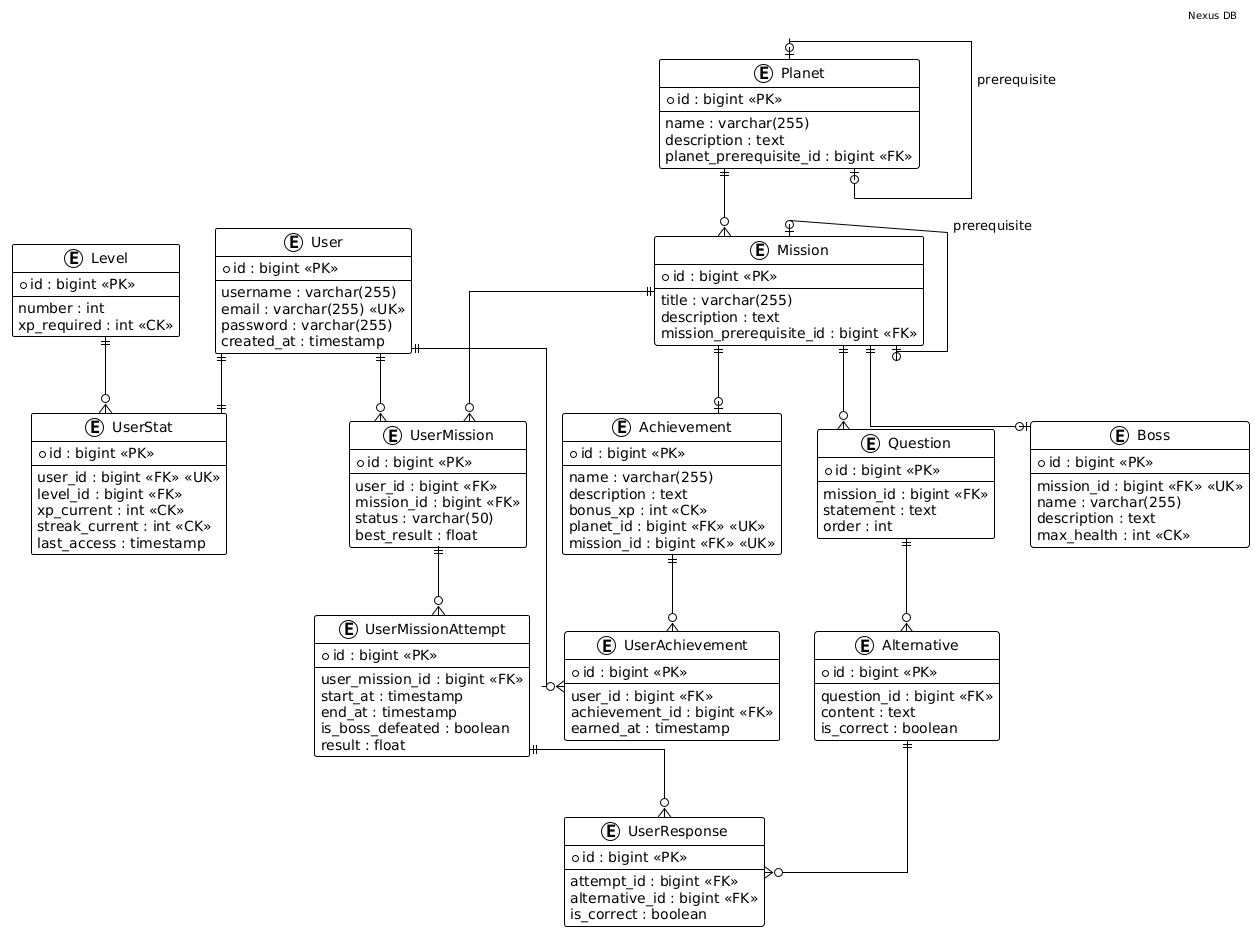
Before: resources/assets/dbER.png, a diagram exported from PlantUML (dhiogonasc/Nexus-RPG).
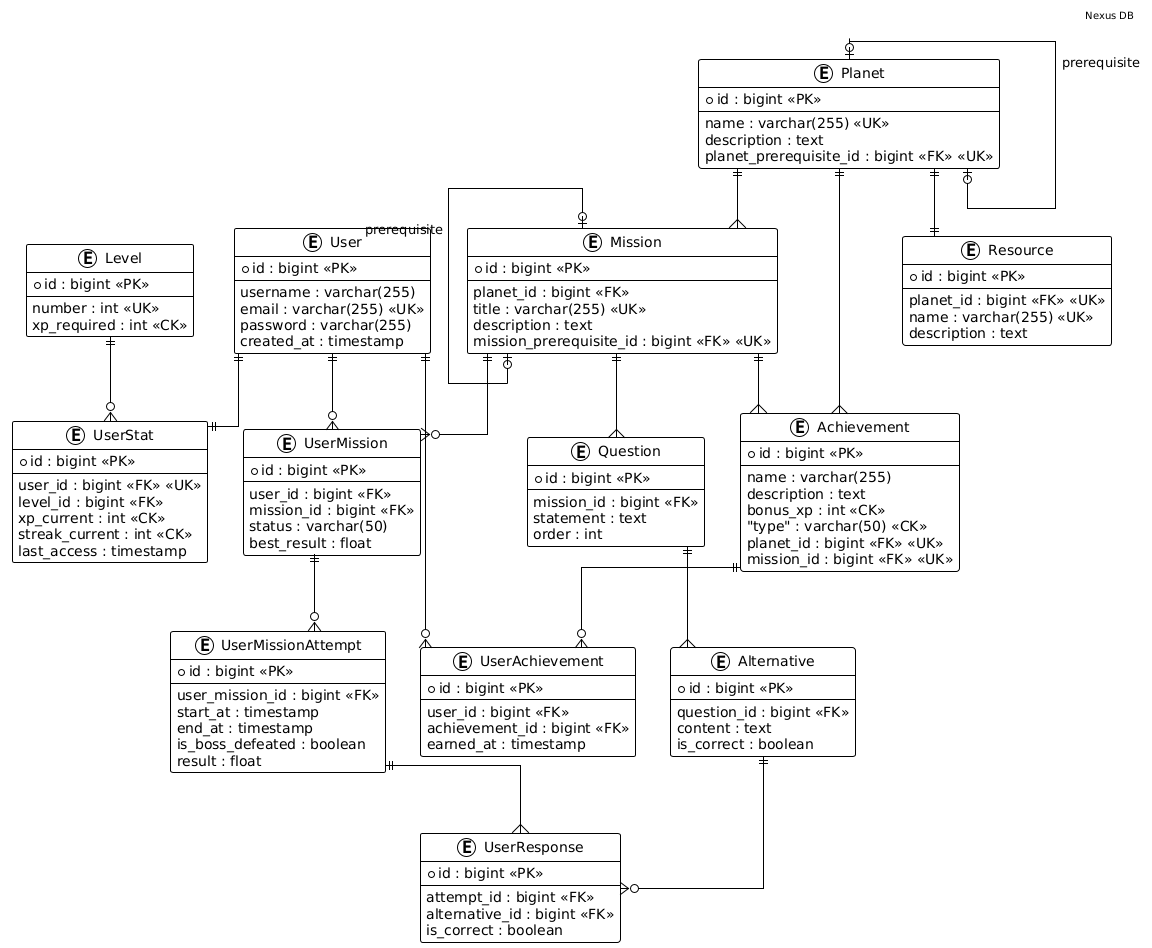
After the change.

The edit, as a diff of the source:
```diff
@@ -6,7 +6,7 @@
 entity "Level" as level {
     * id : bigint <<PK>>
     --
-    number : int
+    number : int <<UK>>
     xp_required : int <<CK>>
 }
 
@@ -32,26 +32,27 @@
 entity "Planet" as planet {
     * id : bigint <<PK>>
     --
-    name : varchar(255)
+    name : varchar(255) <<UK>>
     description : text
-    planet_prerequisite_id : bigint <<FK>>
+    planet_prerequisite_id : bigint <<FK>> <<UK>>
 }
+
 
 entity "Mission" as mission {
     * id : bigint <<PK>>
     --
-    title : varchar(255)
+    planet_id : bigint <<FK>>
+    title : varchar(255) <<UK>>
     description : text
-    mission_prerequisite_id : bigint <<FK>>
+    mission_prerequisite_id : bigint <<FK>> <<UK>>
 }
 
-entity "Boss" as boss {
+entity "Resource" as resource {
     * id : bigint <<PK>>
     --
-    mission_id : bigint <<FK>> <<UK>>
-    name : varchar(255)
+    planet_id : bigint <<FK>> <<UK>>
+    name : varchar(255) <<UK>>
     description : text
-    max_health : int <<CK>>
 }
 
 entity "Question" as question {
@@ -103,6 +104,7 @@
     name : varchar(255)
     description : text
     bonus_xp : int <<CK>>
+    "type" : varchar(50) <<CK>>
     planet_id : bigint <<FK>> <<UK>>
     mission_id : bigint <<FK>> <<UK>>
 }
@@ -118,17 +120,18 @@
 user ||--|| user_stat
 level ||--o{ user_stat
 planet |o--o| planet : "prerequisite"
-planet ||--o{ mission
+planet ||--{ mission
+planet ||--|| resource
 mission |o--o| mission : "prerequisite"
-mission ||--o| boss
-mission ||--o{ question
-question ||--o{ alternative
+mission ||--{ question
+question ||--{ alternative
 user ||--o{ user_mission
 mission ||--o{ user_mission
 user_mission ||--o{ attempt
-attempt ||--o{ response
+attempt ||--{ response
 alternative ||--o{ response
-mission ||--o| achievement
+planet ||--{ achievement
+mission ||--{ achievement
 user ||--o{ user_achievement
 achievement ||--o{ user_achievement
 
```
